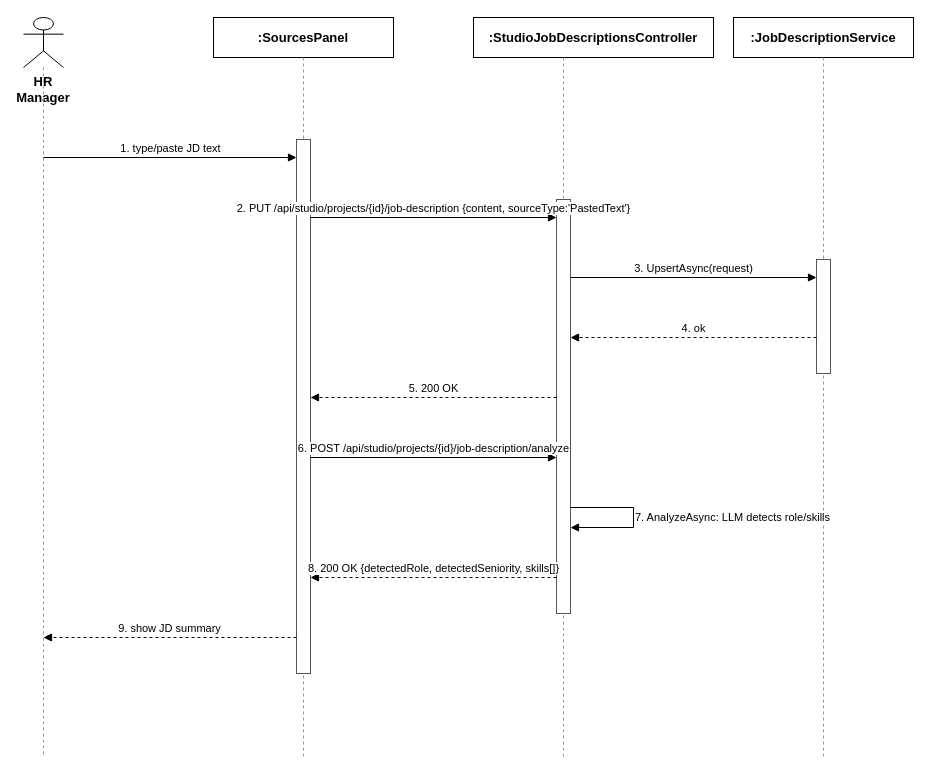
Before: docs/qa/Nam_SequenceDiagram/01_JobDescriptionManagement_CreateJD_Text.drawio in tulklk/AI_Interview_Question_Generation_RAG_LLM_FE, a draw.io diagram. Source tidied: cells renumbered, new cells numbered last; positions are measured from the earlier drawing's top-left corner, leaving out a move shared by most shapes. Both pictures are drawn from the tidied source at 100%, with x=0, y=0 at pixel (23, 17).
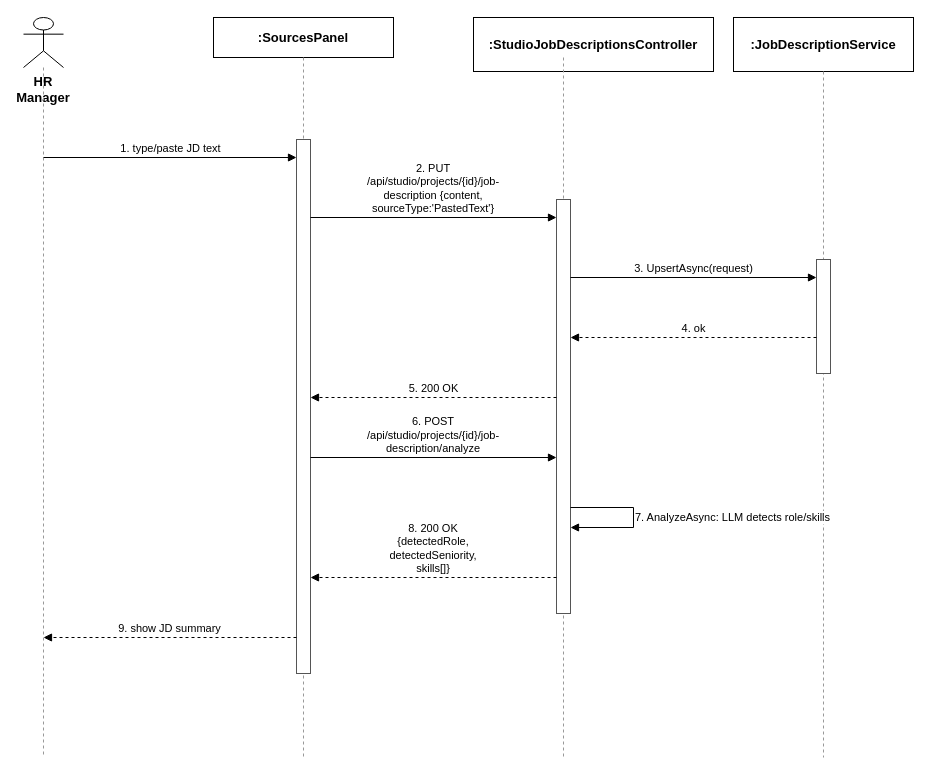
The same page after the edit.

What changed in the source:
```diff
@@
     <mxCell id="6" value=":StudioJobDescriptionsController" style="rounded=0;whiteSpace=wrap;html=1;fontSize=13;fillColor=#ffffff;strokeColor=#000000;fontStyle=1;" parent="1" vertex="1">
-      <mxGeometry x="450" width="240" height="40" as="geometry" />
+      <mxGeometry x="450" width="240" height="54" as="geometry" />
     </mxCell>
@@
     <mxCell id="8" value=":JobDescriptionService" style="rounded=0;whiteSpace=wrap;html=1;fontSize=13;fillColor=#ffffff;strokeColor=#000000;fontStyle=1;" parent="1" vertex="1">
-      <mxGeometry x="710" width="180" height="40" as="geometry" />
+      <mxGeometry x="710" width="180" height="54" as="geometry" />
     </mxCell>
     <mxCell id="9" style="endArrow=none;dashed=1;html=1;strokeColor=#999999;" parent="1" edge="1">
       <mxGeometry relative="1" as="geometry">
-        <mxPoint x="800" y="40" as="sourcePoint" />
+        <mxPoint x="800" y="54" as="sourcePoint" />
         <mxPoint x="800" y="740" as="targetPoint" />
       </mxGeometry>
     </mxCell>
@@
-    <mxCell id="14" value="2. PUT /api/studio/projects/{id}/job-description {content, sourceType:'PastedText'}" style="endArrow=block;endFill=1;html=1;fontSize=11;align=center;verticalAlign=bottom;labelBackgroundColor=#ffffff;strokeColor=#000000;" parent="1" edge="1">
+    <mxCell id="14" value="2. PUT /api/studio/projects/{id}/job-description {content, sourceType:'PastedText'}" style="endArrow=block;endFill=1;html=1;whiteSpace=wrap;fontSize=11;align=center;verticalAlign=bottom;labelBackgroundColor=#ffffff;strokeColor=#000000;" parent="1" edge="1">
       <mxGeometry relative="1" as="geometry">
         <mxPoint x="287" y="200" as="sourcePoint" />
         <mxPoint x="533" y="200" as="targetPoint" />
       </mxGeometry>
     </mxCell>
@@
-    <mxCell id="18" value="6. POST /api/studio/projects/{id}/job-description/analyze" style="endArrow=block;endFill=1;html=1;fontSize=11;align=center;verticalAlign=bottom;labelBackgroundColor=#ffffff;strokeColor=#000000;" parent="1" edge="1">
+    <mxCell id="18" value="6. POST /api/studio/projects/{id}/job-description/analyze" style="endArrow=block;endFill=1;html=1;whiteSpace=wrap;fontSize=11;align=center;verticalAlign=bottom;labelBackgroundColor=#ffffff;strokeColor=#000000;" parent="1" edge="1">
       <mxGeometry relative="1" as="geometry">
         <mxPoint x="287" y="440" as="sourcePoint" />
         <mxPoint x="533" y="440" as="targetPoint" />
       </mxGeometry>
     </mxCell>
@@
-    <mxCell id="20" value="8. 200 OK {detectedRole, detectedSeniority, skills[]}" style="endArrow=block;endFill=1;html=1;dashed=1;fontSize=11;align=center;verticalAlign=bottom;labelBackgroundColor=#ffffff;strokeColor=#000000;" parent="1" edge="1">
+    <mxCell id="20" value="8. 200 OK {detectedRole, detectedSeniority, skills[]}" style="endArrow=block;endFill=1;html=1;whiteSpace=wrap;dashed=1;fontSize=11;align=center;verticalAlign=bottom;labelBackgroundColor=#ffffff;strokeColor=#000000;" parent="1" edge="1">
       <mxGeometry relative="1" as="geometry">
         <mxPoint x="533" y="560" as="sourcePoint" />
         <mxPoint x="287" y="560" as="targetPoint" />
       </mxGeometry>
     </mxCell>
```
